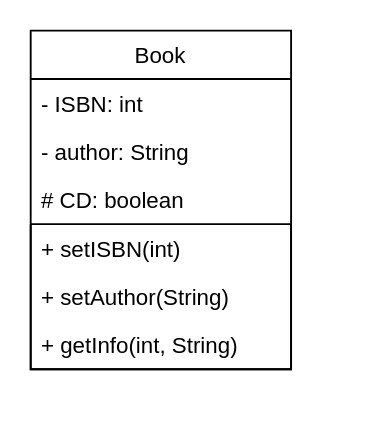
The draw.io diagram Question2.drawio in natasha-amiera/Week2ClassDiagram, before the edit. Source tidied: cells renumbered, new cells numbered last; positions are measured from the earlier drawing's top-left corner, leaving out a move shared by most shapes. Both pictures are drawn from the tidied source at 186%, with x=0, y=0 at pixel (30, 30).
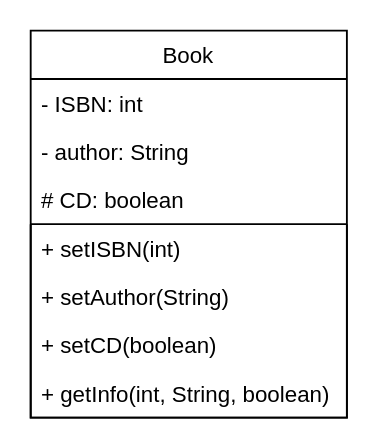
After the change.

Change to the diagram source:
```diff
@@
 <mxGraphModel>
   <root>
     <mxCell id="0" />
     <mxCell id="1" parent="0" />
     <mxCell id="2" value="Book" style="swimlane;fontStyle=0;horizontal=1;startSize=26;fillColor=none;" parent="1" vertex="1">
-      <mxGeometry width="140" height="182" as="geometry" />
+      <mxGeometry width="170" height="208" as="geometry" />
     </mxCell>
     <mxCell id="3" value="- ISBN: int" style="text;strokeColor=none;fillColor=none;align=left;verticalAlign=top;spacingLeft=4;spacingRight=4;overflow=hidden;" parent="2" vertex="1">
-      <mxGeometry y="26" width="140" height="26" as="geometry" />
+      <mxGeometry y="26" width="170" height="26" as="geometry" />
     </mxCell>
     <mxCell id="4" value="- author: String" style="text;strokeColor=none;fillColor=none;align=left;verticalAlign=top;spacingLeft=4;spacingRight=4;overflow=hidden;" parent="2" vertex="1">
-      <mxGeometry y="52" width="140" height="26" as="geometry" />
+      <mxGeometry y="52" width="170" height="26" as="geometry" />
     </mxCell>
     <mxCell id="5" value="# CD: boolean" style="text;strokeColor=none;fillColor=none;align=left;verticalAlign=top;spacingLeft=4;spacingRight=4;overflow=hidden;" parent="2" vertex="1">
-      <mxGeometry y="78" width="140" height="26" as="geometry" />
+      <mxGeometry y="78" width="170" height="26" as="geometry" />
     </mxCell>
     <mxCell id="6" style="swimlane;fontStyle=0;horizontal=1;startSize=0;fillColor=none;" parent="2" vertex="1">
-      <mxGeometry y="104" width="140" height="78" as="geometry" />
+      <mxGeometry y="104" width="170" height="104" as="geometry" />
     </mxCell>
     <mxCell id="7" value="+ setISBN(int)" style="text;strokeColor=none;fillColor=none;align=left;verticalAlign=top;spacingLeft=4;spacingRight=4;overflow=hidden;" parent="6" vertex="1">
-      <mxGeometry width="140" height="26" as="geometry" />
+      <mxGeometry width="170" height="26" as="geometry" />
     </mxCell>
     <mxCell id="8" value="+ setAuthor(String)" style="text;strokeColor=none;fillColor=none;align=left;verticalAlign=top;spacingLeft=4;spacingRight=4;overflow=hidden;" parent="6" vertex="1">
-      <mxGeometry y="26" width="140" height="26" as="geometry" />
+      <mxGeometry y="26" width="170" height="26" as="geometry" />
     </mxCell>
+    <mxCell id="10" value="+ setCD(boolean)" style="text;strokeColor=none;fillColor=none;align=left;verticalAlign=top;spacingLeft=4;spacingRight=4;overflow=hidden;" parent="6" vertex="1">
+      <mxGeometry y="52" width="170" height="26" as="geometry" />
+    </mxCell>
-    <mxCell id="9" value="+ getInfo(int, String)" style="text;strokeColor=none;fillColor=none;align=left;verticalAlign=top;spacingLeft=4;spacingRight=4;overflow=hidden;" parent="6" vertex="1">
-      <mxGeometry y="52" width="140" height="26" as="geometry" />
+    <mxCell id="9" value="+ getInfo(int, String, boolean)" style="text;strokeColor=none;fillColor=none;align=left;verticalAlign=top;spacingLeft=4;spacingRight=4;overflow=hidden;" parent="6" vertex="1">
+      <mxGeometry y="78" width="170" height="26" as="geometry" />
     </mxCell>
   </root>
 </mxGraphModel>
```
